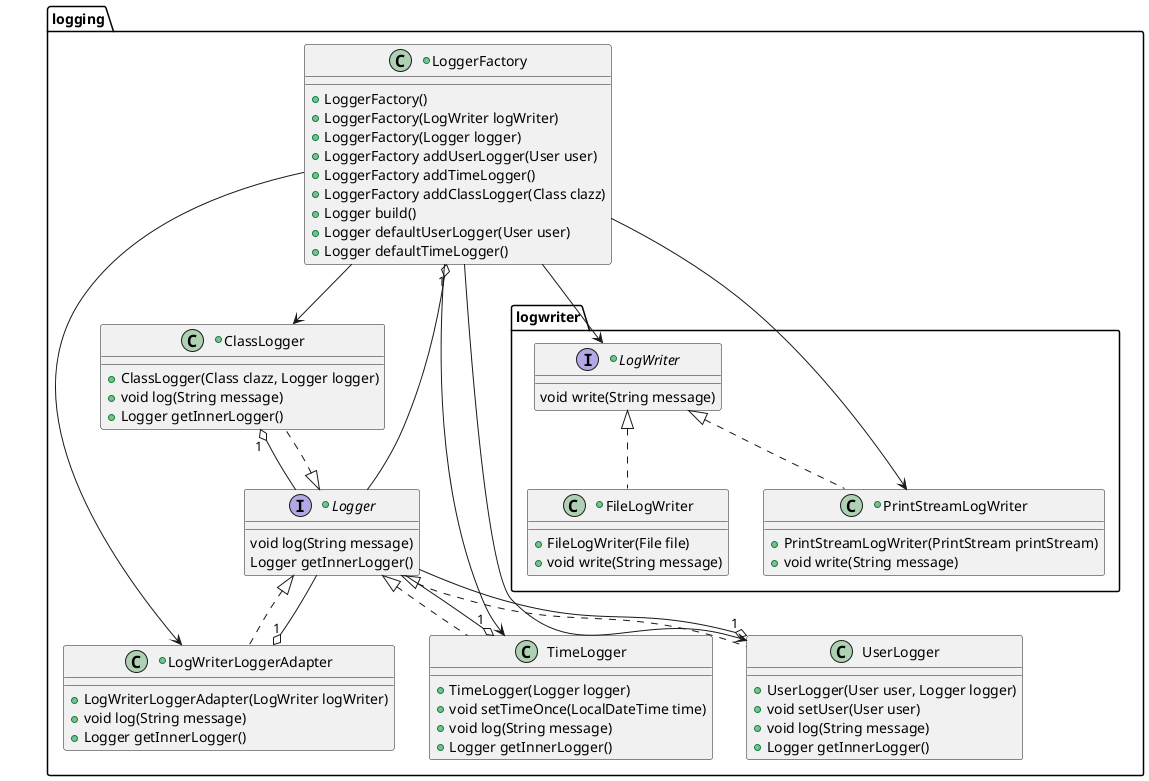
Above: docs/umls/loggerSystem.png in Puggingtons/Getraenkeabrechnung (PlantUML), before the change.
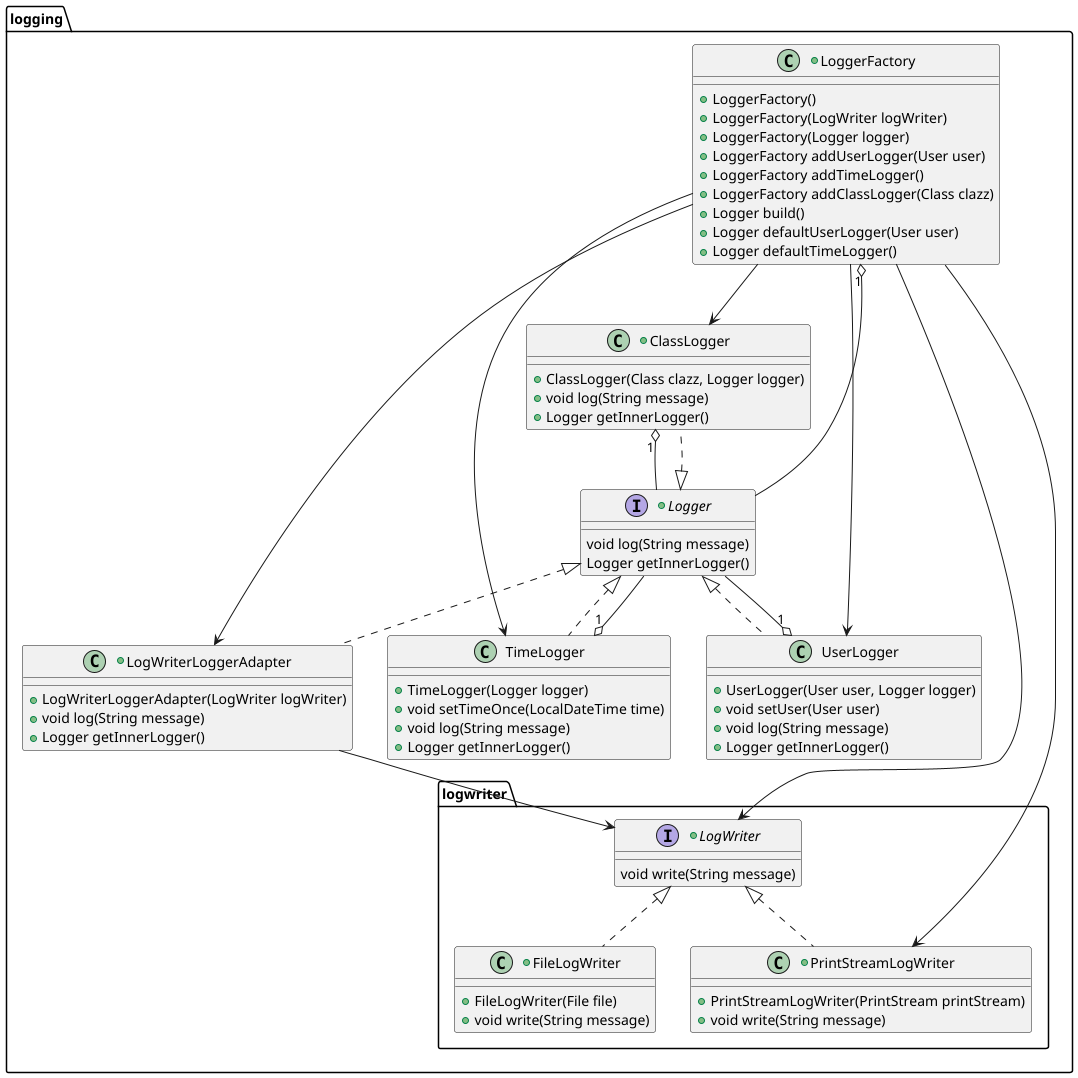
After the change.

The edit, as a diff of the source:
```diff
@@ -69,7 +69,7 @@
 LoggerFactory --> TimeLogger
 LoggerFactory --> LogWriterLoggerAdapter
 LoggerFactory --> PrintStreamLogWriter
-LogWriterLoggerAdapter "1" o-- Logger
+LogWriterLoggerAdapter --> LogWriter
 TimeLogger "1" o-- Logger
 UserLogger "1" o-- Logger
 
```
